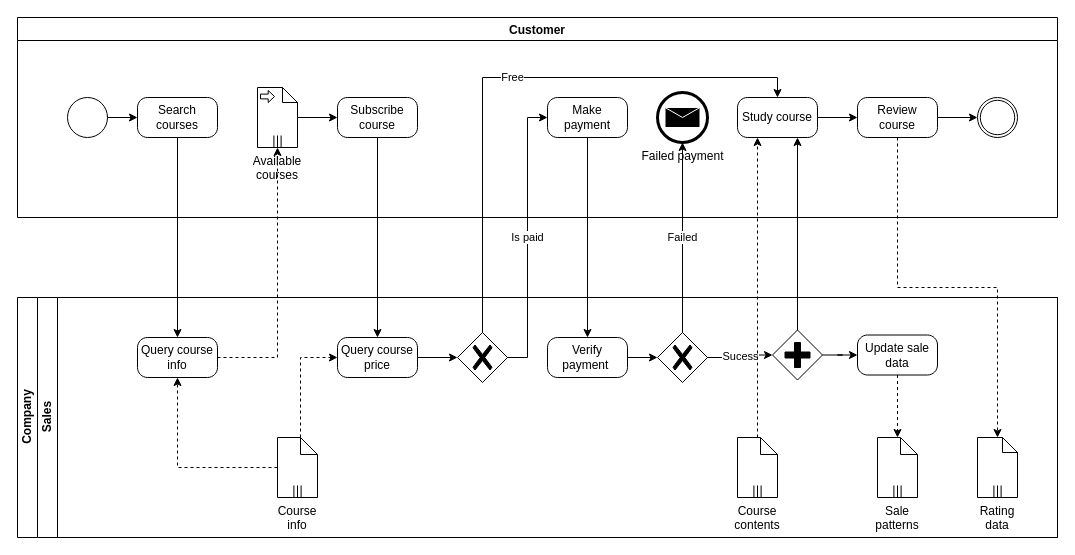
Above: page "BPMN for individual customers" (3 of 6) of 1641Diagram.drawio in vancodocton/1641workspace (draw.io), before the change. Source tidied: cells renumbered, new cells numbered last; positions are measured from the earlier drawing's top-left corner, leaving out a move shared by most shapes. Both pictures are drawn from the tidied source at 100%, with x=0, y=0 at pixel (17, 17).
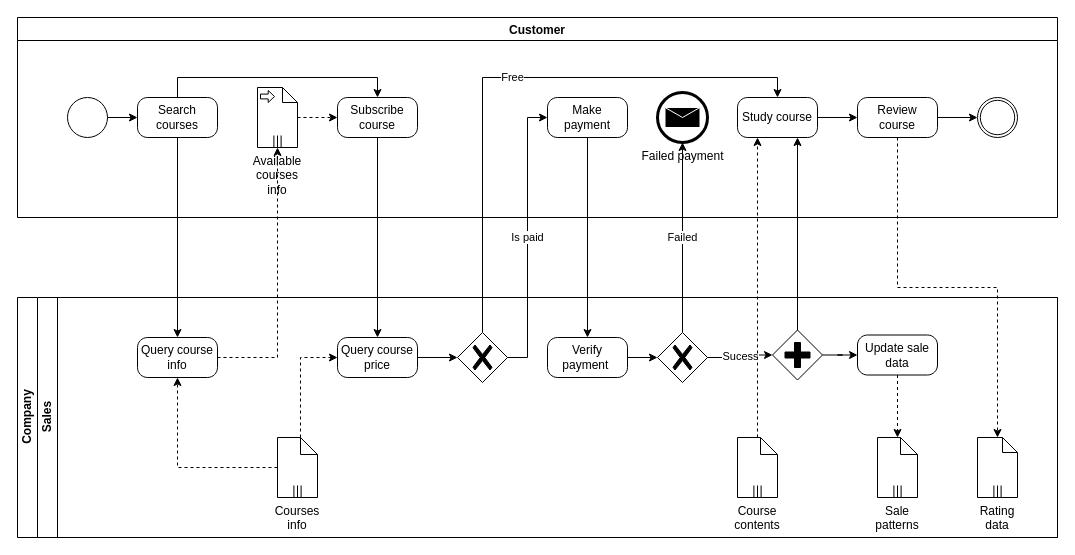
After the change.

The change refers to these unchanged cells:
```xml
<mxCell id="3" value="Sales" style="swimlane;html=1;startSize=20;horizontal=0;" parent="2" vertex="1">
  <mxGeometry x="20" width="1020" height="240" as="geometry" />
</mxCell>
<mxCell id="23" value="Customer" style="swimlane;" parent="1" vertex="1">
  <mxGeometry width="1040" height="200" as="geometry" />
</mxCell>
<mxCell id="24" value="Search courses" style="points=[[0.25,0,0],[0.5,0,0],[0.75,0,0],[1,0.25,0],[1,0.5,0],[1,0.75,0],[0.75,1,0],[0.5,1,0],[0.25,1,0],[0,0.75,0],[0,0.5,0],[0,0.25,0]];shape=mxgraph.bpmn.task;whiteSpace=wrap;rectStyle=rounded;size=10;taskMarker=abstract;" parent="23" vertex="1">
  <mxGeometry x="120" y="80" width="80" height="40" as="geometry" />
</mxCell>
<mxCell id="27" value="Subscribe course" style="points=[[0.25,0,0],[0.5,0,0],[0.75,0,0],[1,0.25,0],[1,0.5,0],[1,0.75,0],[0.75,1,0],[0.5,1,0],[0.25,1,0],[0,0.75,0],[0,0.5,0],[0,0.25,0]];shape=mxgraph.bpmn.task;whiteSpace=wrap;rectStyle=rounded;size=10;taskMarker=abstract;" parent="23" vertex="1">
  <mxGeometry x="320" y="80" width="80" height="40" as="geometry" />
</mxCell>
```

What changed in the source:
```diff
@@
-    <mxCell id="13" value="Course info" style="shape=mxgraph.bpmn.data;labelPosition=center;verticalLabelPosition=bottom;align=center;verticalAlign=top;whiteSpace=wrap;size=17;html=1;bpmnTransferType=none;isCollection=1;" parent="3" vertex="1">
+    <mxCell id="13" value="Courses info" style="shape=mxgraph.bpmn.data;labelPosition=center;verticalLabelPosition=bottom;align=center;verticalAlign=top;whiteSpace=wrap;size=17;html=1;bpmnTransferType=none;isCollection=1;" parent="3" vertex="1">
       <mxGeometry x="240" y="140" width="40" height="60" as="geometry" />
     </mxCell>
@@
+    <mxCell id="47" style="edgeStyle=orthogonalEdgeStyle;rounded=0;jettySize=auto;html=1;entryX=0.5;entryY=0;entryDx=0;entryDy=0;entryPerimeter=0;exitX=0.5;exitY=0;exitDx=0;exitDy=0;exitPerimeter=0;" parent="23" edge="1" source="24" target="27">
+      <mxGeometry relative="1" as="geometry" />
+    </mxCell>
@@
-    <mxCell id="25" style="edgeStyle=orthogonalEdgeStyle;rounded=0;jettySize=auto;html=1;" parent="23" edge="1" source="26" target="27">
+    <mxCell id="25" style="edgeStyle=orthogonalEdgeStyle;rounded=0;jettySize=auto;html=1;dashed=1;" parent="23" edge="1" source="26" target="27">
       <mxGeometry relative="1" as="geometry" />
     </mxCell>
-    <mxCell id="26" value="&lt;span&gt;Available courses&lt;/span&gt;" style="shape=mxgraph.bpmn.data;labelPosition=center;verticalLabelPosition=bottom;align=center;verticalAlign=top;whiteSpace=wrap;size=15;html=1;bpmnTransferType=input;isCollection=1;" parent="23" vertex="1">
+    <mxCell id="26" value="&lt;span&gt;Available courses info&lt;/span&gt;" style="shape=mxgraph.bpmn.data;labelPosition=center;verticalLabelPosition=bottom;align=center;verticalAlign=top;whiteSpace=wrap;size=15;html=1;bpmnTransferType=input;isCollection=1;" parent="23" vertex="1">
       <mxGeometry x="240" y="70" width="40" height="60" as="geometry" />
     </mxCell>
```
